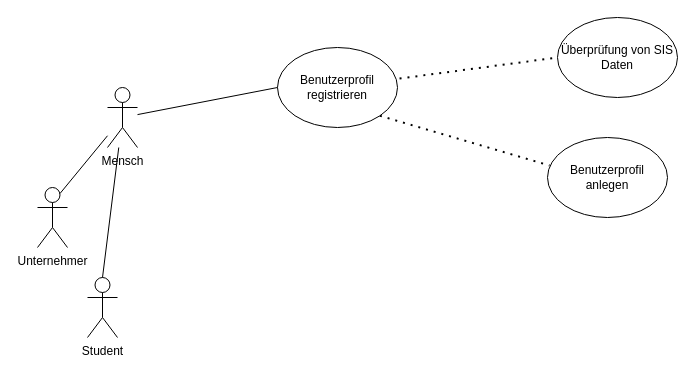
This is Use case.drawio from dhefel2s/Hbrs, a draw.io file, before an edit. Source tidied: cells renumbered, new cells numbered last; positions are measured from the earlier drawing's top-left corner, leaving out a move shared by most shapes. Both pictures are drawn from the tidied source at 100%, with x=0, y=0 at pixel (37, 17).
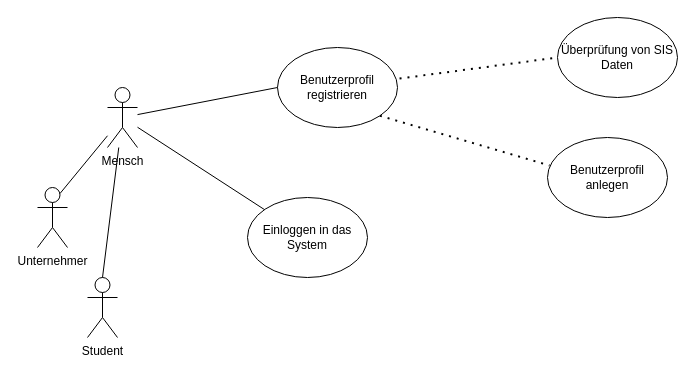
The same diagram, later.

Change to the diagram source:
```diff
@@
 <mxGraphModel>
   <root>
     <mxCell id="0" />
     <mxCell id="1" parent="0" />
     <mxCell id="2" value="Student" style="shape=umlActor;verticalLabelPosition=bottom;verticalAlign=top;html=1;outlineConnect=0;" parent="1" vertex="1">
       <mxGeometry x="50" y="260" width="30" height="60" as="geometry" />
     </mxCell>
     <mxCell id="3" value="Mensch" style="shape=umlActor;verticalLabelPosition=bottom;verticalAlign=top;html=1;outlineConnect=0;" parent="1" vertex="1">
       <mxGeometry x="70" y="70" width="30" height="60" as="geometry" />
     </mxCell>
     <mxCell id="4" value="Unternehmer" style="shape=umlActor;verticalLabelPosition=bottom;verticalAlign=top;html=1;outlineConnect=0;" parent="1" vertex="1">
       <mxGeometry y="170" width="30" height="60" as="geometry" />
     </mxCell>
     <mxCell id="5" style="endArrow=none;html=1;rounded=0;exitX=0.75;exitY=0.1;exitDx=0;exitDy=0;exitPerimeter=0;" parent="1" edge="1" source="4" target="3">
       <mxGeometry relative="1" as="geometry" />
     </mxCell>
     <mxCell id="6" style="endArrow=none;html=1;rounded=0;exitX=0.5;exitY=0;exitDx=0;exitDy=0;exitPerimeter=0;" parent="1" edge="1" source="2" target="3">
       <mxGeometry relative="1" as="geometry" />
     </mxCell>
     <mxCell id="7" value="Benutzerprofil registrieren" style="ellipse;whiteSpace=wrap;html=1;" parent="1" vertex="1">
       <mxGeometry x="240" y="30" width="120" height="80" as="geometry" />
     </mxCell>
     <mxCell id="8" style="endArrow=none;html=1;rounded=0;entryX=0;entryY=0.5;entryDx=0;entryDy=0;" parent="1" edge="1" source="3" target="7">
       <mxGeometry relative="1" as="geometry" />
     </mxCell>
     <mxCell id="9" value="Überprüfung von SIS Daten" style="ellipse;whiteSpace=wrap;html=1;" parent="1" vertex="1">
       <mxGeometry x="520" width="120" height="80" as="geometry" />
     </mxCell>
     <mxCell id="10" style="endArrow=none;dashed=1;html=1;dashPattern=1 3;strokeWidth=2;rounded=0;entryX=0;entryY=0.5;entryDx=0;entryDy=0;exitX=1.017;exitY=0.388;exitDx=0;exitDy=0;exitPerimeter=0;" parent="1" edge="1" source="7" target="9">
       <mxGeometry relative="1" as="geometry" />
     </mxCell>
     <mxCell id="11" value="Benutzerprofil anlegen" style="ellipse;whiteSpace=wrap;html=1;" parent="1" vertex="1">
       <mxGeometry x="510" y="120" width="120" height="80" as="geometry" />
     </mxCell>
     <mxCell id="12" style="endArrow=none;dashed=1;html=1;dashPattern=1 3;strokeWidth=2;rounded=0;exitX=1;exitY=1;exitDx=0;exitDy=0;entryX=0.017;entryY=0.35;entryDx=0;entryDy=0;entryPerimeter=0;" parent="1" edge="1" source="7" target="11">
       <mxGeometry relative="1" as="geometry" />
     </mxCell>
+    <mxCell id="13" value="Einloggen in das System" style="ellipse;whiteSpace=wrap;html=1;" parent="1" vertex="1">
+      <mxGeometry x="210" y="180" width="120" height="80" as="geometry" />
+    </mxCell>
+    <mxCell id="14" style="endArrow=none;html=1;rounded=0;" parent="1" edge="1" source="3" target="13">
+      <mxGeometry relative="1" as="geometry" />
+    </mxCell>
   </root>
 </mxGraphModel>
```
